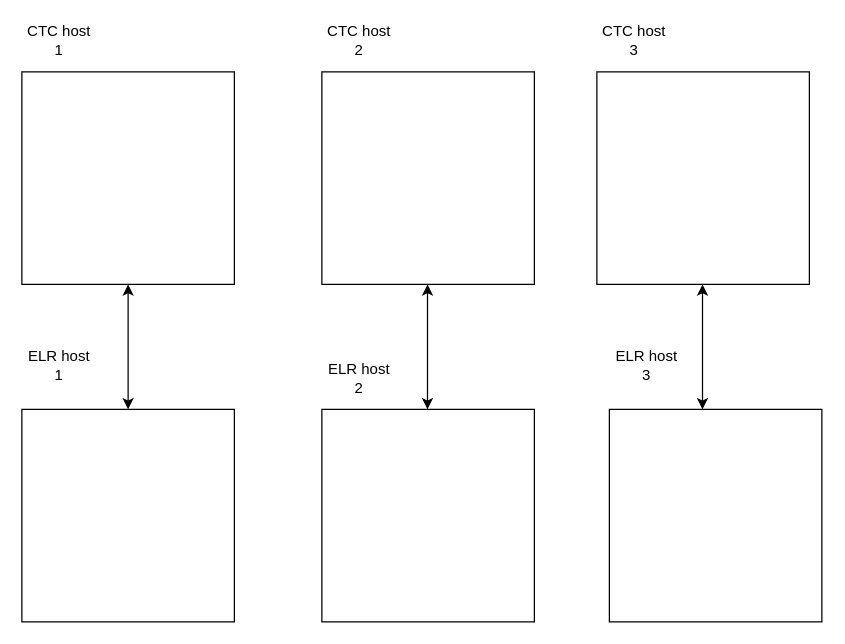
The draw.io diagram Redis Cache Layout.drawio in anshuldevmehta/RandomDiagrams, before the edit. Source tidied: cells renumbered, new cells numbered last; positions are measured from the earlier drawing's top-left corner, leaving out a move shared by most shapes. Both pictures are drawn from the tidied source at 125%, with x=0, y=0 at pixel (21, 21).
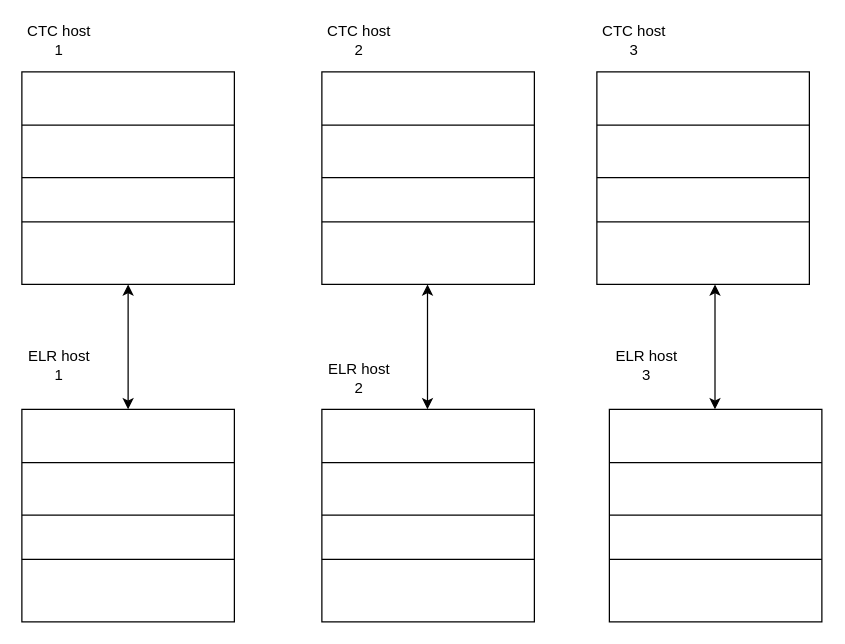
Above is the later version.

The edit, as a diff of the source:
```diff
@@
-    <mxCell id="2" style="whiteSpace=wrap;html=1;" parent="1" vertex="1">
-      <mxGeometry y="40" width="170" height="170" as="geometry" />
-    </mxCell>
-    <mxCell id="3" style="whiteSpace=wrap;html=1;" parent="1" vertex="1">
-      <mxGeometry x="240" y="40" width="170" height="170" as="geometry" />
-    </mxCell>
-    <mxCell id="4" style="whiteSpace=wrap;html=1;" parent="1" vertex="1">
-      <mxGeometry x="460" y="40" width="170" height="170" as="geometry" />
-    </mxCell>
-    <mxCell id="5" style="whiteSpace=wrap;html=1;" parent="1" vertex="1">
-      <mxGeometry y="310" width="170" height="170" as="geometry" />
-    </mxCell>
-    <mxCell id="6" style="whiteSpace=wrap;html=1;" parent="1" vertex="1">
-      <mxGeometry x="240" y="310" width="170" height="170" as="geometry" />
-    </mxCell>
-    <mxCell id="7" style="whiteSpace=wrap;html=1;" parent="1" vertex="1">
-      <mxGeometry x="470" y="310" width="170" height="170" as="geometry" />
-    </mxCell>
@@
-    <mxCell id="14" style="endArrow=classic;startArrow=classic;html=1;rounded=0;entryX=0.5;entryY=1;entryDx=0;entryDy=0;exitX=0.5;exitY=0;exitDx=0;exitDy=0;" parent="1" edge="1" source="5" target="2">
-      <mxGeometry relative="1" as="geometry" />
+    <mxCell id="14" style="endArrow=classic;startArrow=classic;html=1;rounded=0;entryX=0.5;entryY=1;entryDx=0;entryDy=0;exitX=0.5;exitY=0;exitDx=0;exitDy=0;" parent="1" edge="1" target="2">
+      <mxGeometry relative="1" as="geometry">
+        <mxPoint x="85" y="310" as="sourcePoint" />
+      </mxGeometry>
     </mxCell>
@@
     <mxCell id="16" style="endArrow=classic;startArrow=classic;html=1;rounded=0;entryX=0.5;entryY=1;entryDx=0;entryDy=0;exitX=0.5;exitY=0;exitDx=0;exitDy=0;" parent="1" edge="1">
       <mxGeometry relative="1" as="geometry">
-        <mxPoint x="544.5" y="310" as="sourcePoint" />
-        <mxPoint x="544.5" y="210" as="targetPoint" />
+        <mxPoint x="554.5" y="310" as="sourcePoint" />
+        <mxPoint x="554.5" y="210" as="targetPoint" />
       </mxGeometry>
     </mxCell>
+    <mxCell id="17" style="group;" parent="1" vertex="1">
+      <mxGeometry y="40" width="170" height="170" as="geometry" />
+    </mxCell>
+    <mxCell id="2" style="whiteSpace=wrap;html=1;" parent="17" vertex="1">
+      <mxGeometry width="170" height="170" as="geometry" />
+    </mxCell>
+    <mxCell id="18" style="endArrow=none;html=1;rounded=0;exitX=0;exitY=0.25;exitDx=0;exitDy=0;entryX=1;entryY=0.25;entryDx=0;entryDy=0;" parent="17" edge="1" source="2" target="2">
+      <mxGeometry relative="1" as="geometry" />
+    </mxCell>
+    <mxCell id="19" style="endArrow=none;html=1;rounded=0;exitX=0;exitY=0.25;exitDx=0;exitDy=0;entryX=1;entryY=0.25;entryDx=0;entryDy=0;" parent="17" edge="1">
+      <mxGeometry relative="1" as="geometry">
+        <mxPoint y="84.5" as="sourcePoint" />
+        <mxPoint x="170" y="84.5" as="targetPoint" />
+      </mxGeometry>
+    </mxCell>
+    <mxCell id="20" style="endArrow=none;html=1;rounded=0;exitX=0;exitY=0.25;exitDx=0;exitDy=0;entryX=1;entryY=0.25;entryDx=0;entryDy=0;" parent="17" edge="1">
+      <mxGeometry relative="1" as="geometry">
+        <mxPoint y="120" as="sourcePoint" />
+        <mxPoint x="170" y="120" as="targetPoint" />
+      </mxGeometry>
+    </mxCell>
+    <mxCell id="21" style="group;" parent="1" vertex="1">
+      <mxGeometry y="310" width="170" height="170" as="geometry" />
+    </mxCell>
+    <mxCell id="22" style="whiteSpace=wrap;html=1;" parent="21" vertex="1">
+      <mxGeometry width="170" height="170" as="geometry" />
+    </mxCell>
+    <mxCell id="23" style="endArrow=none;html=1;rounded=0;exitX=0;exitY=0.25;exitDx=0;exitDy=0;entryX=1;entryY=0.25;entryDx=0;entryDy=0;" parent="21" edge="1" source="22" target="22">
+      <mxGeometry relative="1" as="geometry" />
+    </mxCell>
+    <mxCell id="24" style="endArrow=none;html=1;rounded=0;exitX=0;exitY=0.25;exitDx=0;exitDy=0;entryX=1;entryY=0.25;entryDx=0;entryDy=0;" parent="21" edge="1">
+      <mxGeometry relative="1" as="geometry">
+        <mxPoint y="84.5" as="sourcePoint" />
+        <mxPoint x="170" y="84.5" as="targetPoint" />
+      </mxGeometry>
+    </mxCell>
+    <mxCell id="25" style="endArrow=none;html=1;rounded=0;exitX=0;exitY=0.25;exitDx=0;exitDy=0;entryX=1;entryY=0.25;entryDx=0;entryDy=0;" parent="21" edge="1">
+      <mxGeometry relative="1" as="geometry">
+        <mxPoint y="120" as="sourcePoint" />
+        <mxPoint x="170" y="120" as="targetPoint" />
+      </mxGeometry>
+    </mxCell>
+    <mxCell id="26" style="group;" parent="1" vertex="1">
+      <mxGeometry x="240" y="310" width="170" height="170" as="geometry" />
+    </mxCell>
+    <mxCell id="27" style="whiteSpace=wrap;html=1;" parent="26" vertex="1">
+      <mxGeometry width="170" height="170" as="geometry" />
+    </mxCell>
+    <mxCell id="28" style="endArrow=none;html=1;rounded=0;exitX=0;exitY=0.25;exitDx=0;exitDy=0;entryX=1;entryY=0.25;entryDx=0;entryDy=0;" parent="26" edge="1" source="27" target="27">
+      <mxGeometry relative="1" as="geometry" />
+    </mxCell>
+    <mxCell id="29" style="endArrow=none;html=1;rounded=0;exitX=0;exitY=0.25;exitDx=0;exitDy=0;entryX=1;entryY=0.25;entryDx=0;entryDy=0;" parent="26" edge="1">
+      <mxGeometry relative="1" as="geometry">
+        <mxPoint y="84.5" as="sourcePoint" />
+        <mxPoint x="170" y="84.5" as="targetPoint" />
+      </mxGeometry>
+    </mxCell>
+    <mxCell id="30" style="endArrow=none;html=1;rounded=0;exitX=0;exitY=0.25;exitDx=0;exitDy=0;entryX=1;entryY=0.25;entryDx=0;entryDy=0;" parent="26" edge="1">
+      <mxGeometry relative="1" as="geometry">
+        <mxPoint y="120" as="sourcePoint" />
+        <mxPoint x="170" y="120" as="targetPoint" />
+      </mxGeometry>
+    </mxCell>
+    <mxCell id="31" style="group;" parent="1" vertex="1">
+      <mxGeometry x="470" y="310" width="170" height="170" as="geometry" />
+    </mxCell>
+    <mxCell id="32" style="whiteSpace=wrap;html=1;" parent="31" vertex="1">
+      <mxGeometry width="170" height="170" as="geometry" />
+    </mxCell>
+    <mxCell id="33" style="endArrow=none;html=1;rounded=0;exitX=0;exitY=0.25;exitDx=0;exitDy=0;entryX=1;entryY=0.25;entryDx=0;entryDy=0;" parent="31" edge="1" source="32" target="32">
+      <mxGeometry relative="1" as="geometry" />
+    </mxCell>
+    <mxCell id="34" style="endArrow=none;html=1;rounded=0;exitX=0;exitY=0.25;exitDx=0;exitDy=0;entryX=1;entryY=0.25;entryDx=0;entryDy=0;" parent="31" edge="1">
+      <mxGeometry relative="1" as="geometry">
+        <mxPoint y="84.5" as="sourcePoint" />
+        <mxPoint x="170" y="84.5" as="targetPoint" />
+      </mxGeometry>
+    </mxCell>
+    <mxCell id="35" style="endArrow=none;html=1;rounded=0;exitX=0;exitY=0.25;exitDx=0;exitDy=0;entryX=1;entryY=0.25;entryDx=0;entryDy=0;" parent="31" edge="1">
+      <mxGeometry relative="1" as="geometry">
+        <mxPoint y="120" as="sourcePoint" />
+        <mxPoint x="170" y="120" as="targetPoint" />
+      </mxGeometry>
+    </mxCell>
+    <mxCell id="36" style="group;" parent="1" vertex="1">
+      <mxGeometry x="460" y="40" width="170" height="170" as="geometry" />
+    </mxCell>
+    <mxCell id="37" style="whiteSpace=wrap;html=1;" parent="36" vertex="1">
+      <mxGeometry width="170" height="170" as="geometry" />
+    </mxCell>
+    <mxCell id="38" style="endArrow=none;html=1;rounded=0;exitX=0;exitY=0.25;exitDx=0;exitDy=0;entryX=1;entryY=0.25;entryDx=0;entryDy=0;" parent="36" edge="1" source="37" target="37">
+      <mxGeometry relative="1" as="geometry" />
+    </mxCell>
+    <mxCell id="39" style="endArrow=none;html=1;rounded=0;exitX=0;exitY=0.25;exitDx=0;exitDy=0;entryX=1;entryY=0.25;entryDx=0;entryDy=0;" parent="36" edge="1">
+      <mxGeometry relative="1" as="geometry">
+        <mxPoint y="84.5" as="sourcePoint" />
+        <mxPoint x="170" y="84.5" as="targetPoint" />
+      </mxGeometry>
+    </mxCell>
+    <mxCell id="40" style="endArrow=none;html=1;rounded=0;exitX=0;exitY=0.25;exitDx=0;exitDy=0;entryX=1;entryY=0.25;entryDx=0;entryDy=0;" parent="36" edge="1">
+      <mxGeometry relative="1" as="geometry">
+        <mxPoint y="120" as="sourcePoint" />
+        <mxPoint x="170" y="120" as="targetPoint" />
+      </mxGeometry>
+    </mxCell>
+    <mxCell id="41" style="group;" parent="1" vertex="1">
+      <mxGeometry x="240" y="40" width="170" height="170" as="geometry" />
+    </mxCell>
+    <mxCell id="42" style="whiteSpace=wrap;html=1;" parent="41" vertex="1">
+      <mxGeometry width="170" height="170" as="geometry" />
+    </mxCell>
+    <mxCell id="43" style="endArrow=none;html=1;rounded=0;exitX=0;exitY=0.25;exitDx=0;exitDy=0;entryX=1;entryY=0.25;entryDx=0;entryDy=0;" parent="41" edge="1" source="42" target="42">
+      <mxGeometry relative="1" as="geometry" />
+    </mxCell>
+    <mxCell id="44" style="endArrow=none;html=1;rounded=0;exitX=0;exitY=0.25;exitDx=0;exitDy=0;entryX=1;entryY=0.25;entryDx=0;entryDy=0;" parent="41" edge="1">
+      <mxGeometry relative="1" as="geometry">
+        <mxPoint y="84.5" as="sourcePoint" />
+        <mxPoint x="170" y="84.5" as="targetPoint" />
+      </mxGeometry>
+    </mxCell>
+    <mxCell id="45" style="endArrow=none;html=1;rounded=0;exitX=0;exitY=0.25;exitDx=0;exitDy=0;entryX=1;entryY=0.25;entryDx=0;entryDy=0;" parent="41" edge="1">
+      <mxGeometry relative="1" as="geometry">
+        <mxPoint y="120" as="sourcePoint" />
+        <mxPoint x="170" y="120" as="targetPoint" />
+      </mxGeometry>
+    </mxCell>
```
